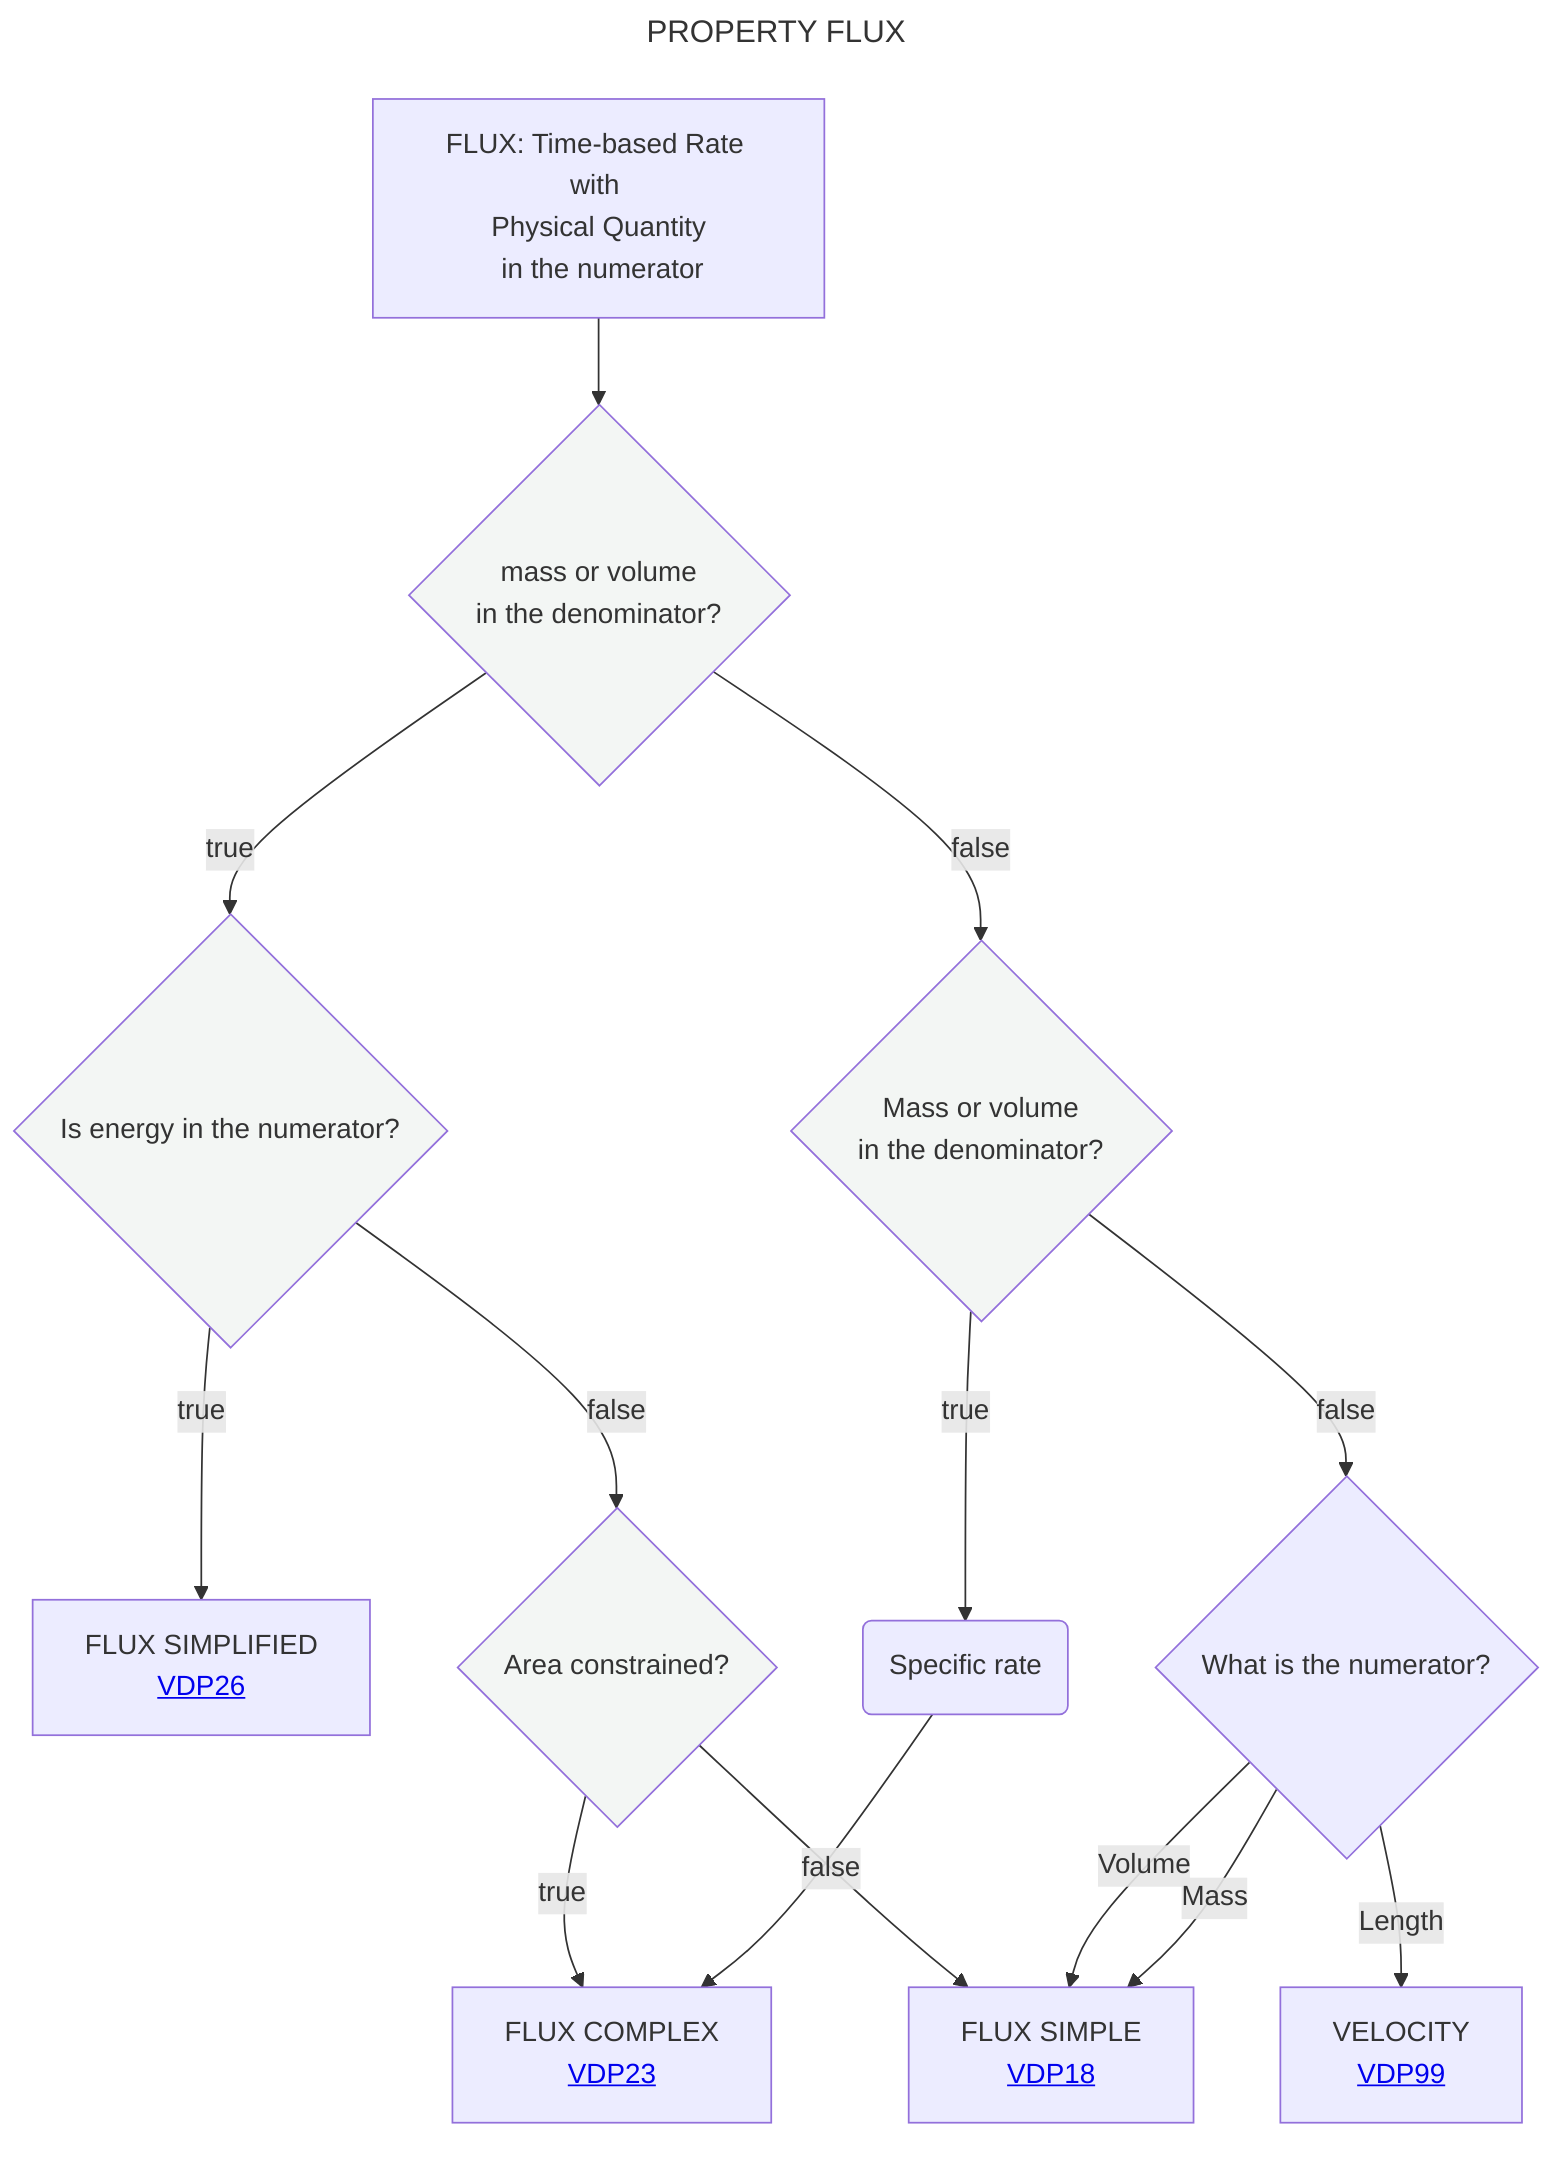
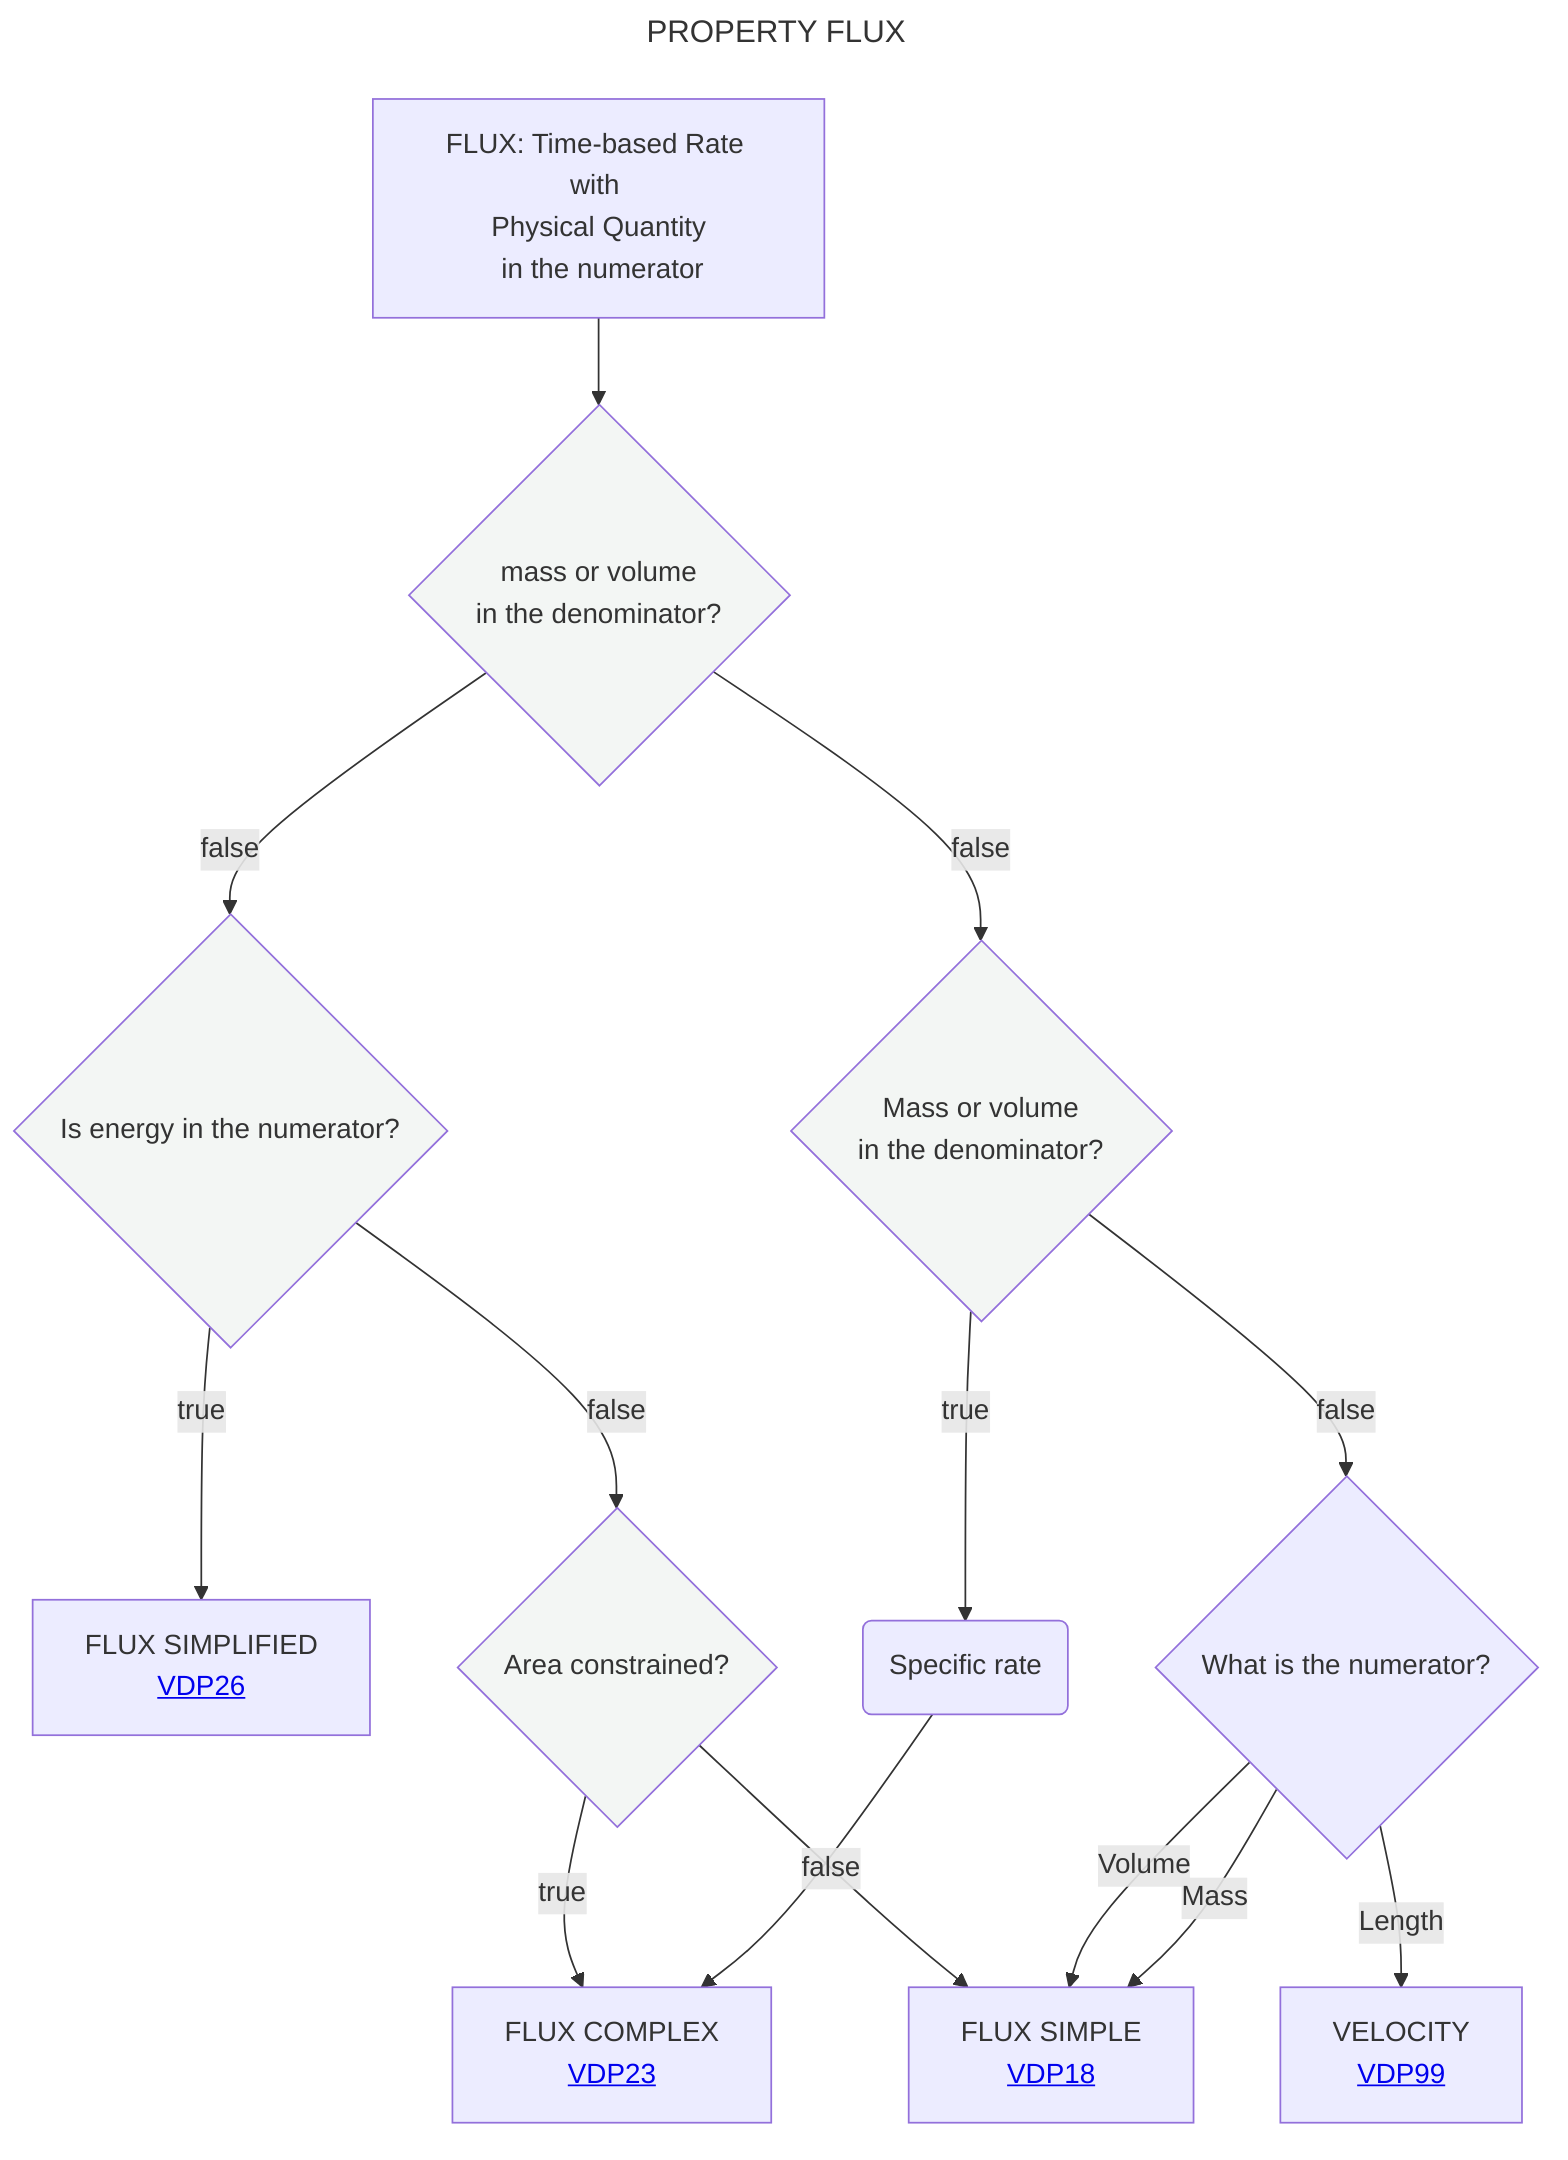
---
title: PROPERTY FLUX
---
flowchart TD
    A[FLUX: Time-based Rate with <br> Physical Quantity <br> in the numerator] --> B{mass or volume <br> in the denominator?}:::white
-     B --> |true|C{Is energy in the numerator?}:::white
+     B --> |false|C{Is energy in the numerator?}:::white
    C --> |true|D[FLUX SIMPLIFIED <br> <a href='https://github.com/mabablue/I-ADOPT-patterns-playground/blob/main/pattern/VDP26.yaml'>VDP26</a>]
    C --> |false|F{Area constrained?}:::white
    B --> |false|K{Mass or volume <br> in the denominator?}:::white
    F --> |true|G[FLUX COMPLEX <br> <a href='https://github.com/mabablue/I-ADOPT-patterns-playground/blob/main/pattern/VDP23.yaml'>VDP23</a>]
    F --> |false|H[FLUX SIMPLE <br> <a href='https://github.com/mabablue/I-ADOPT-patterns-playground/blob/main/pattern/VDP18.yaml'>VDP18</a>]
    K --> |true|L(Specific rate)
    L --> G
    K --> |false|M{What is the numerator?}
    M -- Length --> N[VELOCITY <br> <a href='https://github.com/mabablue/I-ADOPT-patterns-playground/blob/main/pattern/VDP99.yaml'>VDP99</a]
    M -- Volume --> H
    M -- Mass --> H
   classDef blue fill:#90D5FF
   classDef satblue fill:#57B9FF
   classDef white fill:#f3f6f4
   classDef green fill:#6aa84f
